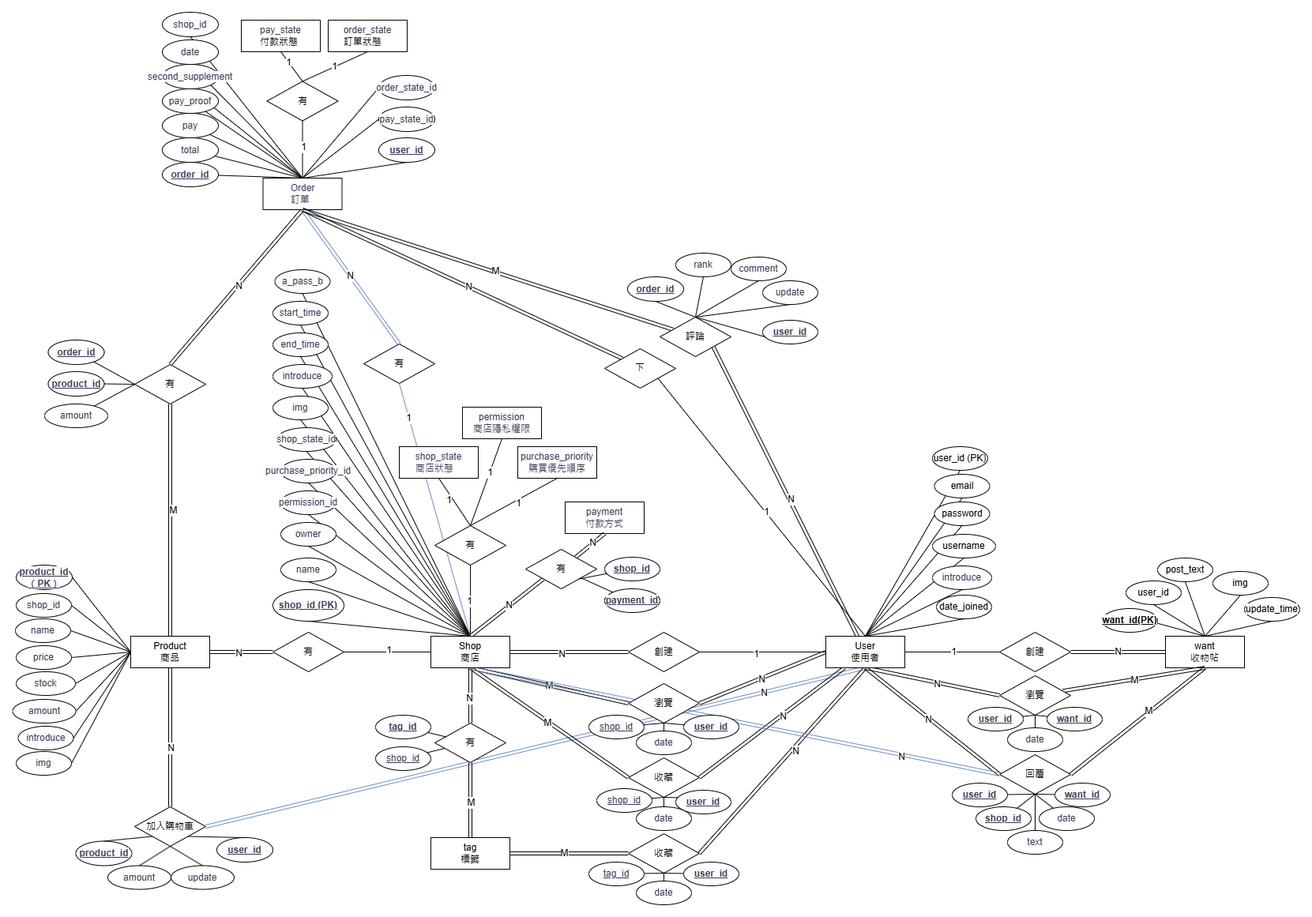
ntubimd-goodbye-114509/goodbye keeps this draw.io diagram as 文件/ERD.png. Above is the earlier version. Source tidied: cells renumbered, new cells last; positions are measured from the earlier drawing's top-left corner, leaving out a move shared by most shapes.
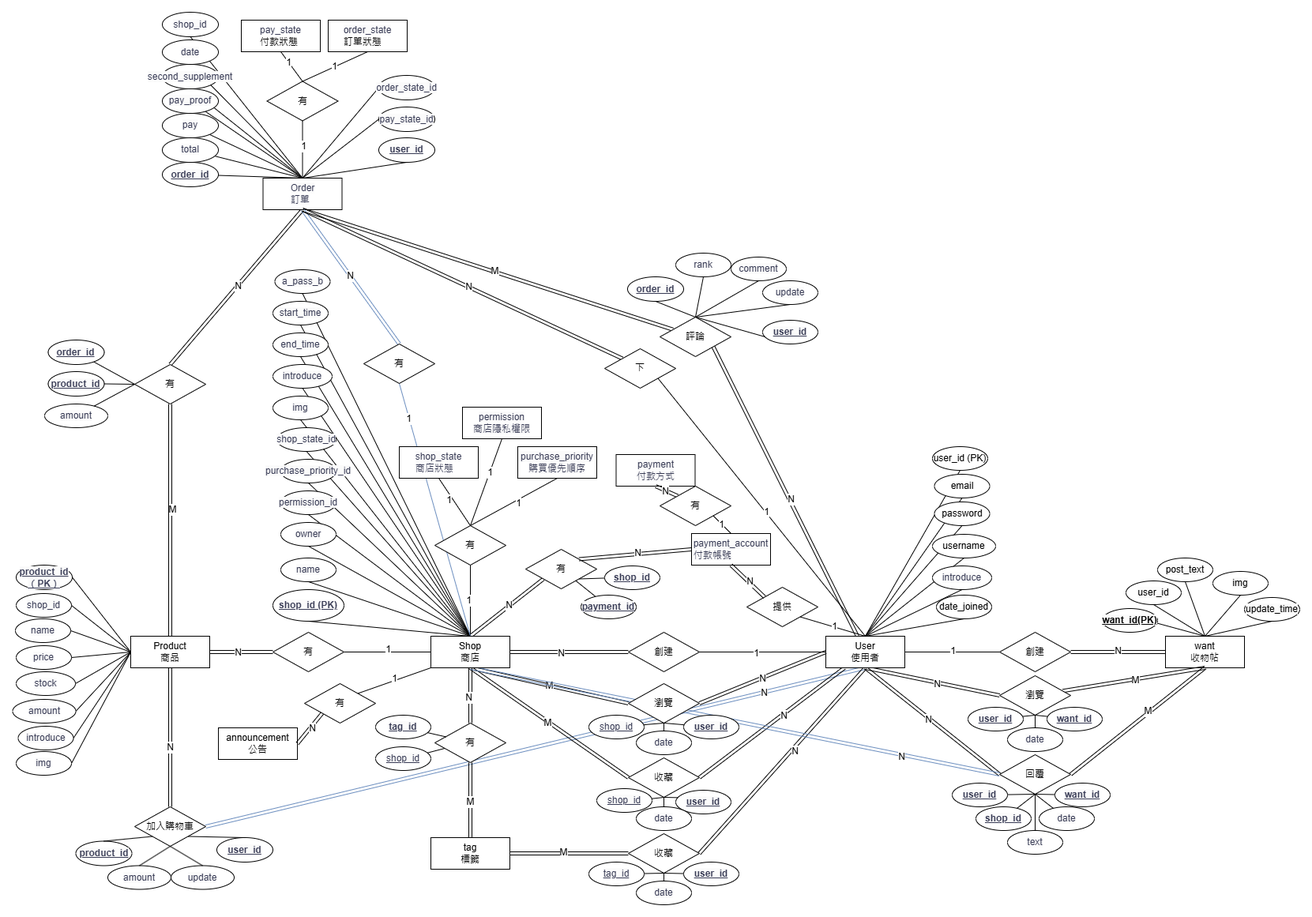
Above is the later version.

Commit message:
ERD 資料字典

Change to the diagram source:
```diff
@@ -288,12 +288,12 @@
       <mxGeometry x="150" y="790" width="100" height="40" as="geometry" />
     </mxCell>
     <mxCell id="93" value="&lt;span style=&quot;color: rgb(57, 60, 86); text-align: left; background-color: rgb(251, 251, 251);&quot;&gt;payment&lt;/span&gt;&lt;div style=&quot;text-align: left;&quot;&gt;&lt;font color=&quot;#393c56&quot;&gt;&lt;span style=&quot;background-color: rgb(251, 251, 251);&quot;&gt;付款方式&lt;/span&gt;&lt;/font&gt;&lt;/div&gt;" style="whiteSpace=wrap;html=1;align=center;rounded=0;" parent="1" vertex="1">
-      <mxGeometry x="700" y="620" width="100" height="40" as="geometry" />
+      <mxGeometry x="764.5" y="560" width="100" height="40" as="geometry" />
     </mxCell>
     <mxCell id="94" value="&lt;span style=&quot;color: rgb(57, 60, 86); text-align: left; background-color: rgb(251, 251, 251);&quot;&gt;purchase_priority_id&lt;/span&gt;" style="ellipse;whiteSpace=wrap;html=1;align=center;rounded=0;" parent="1" vertex="1">
       <mxGeometry x="340" y="566" width="70" height="30" as="geometry" />
     </mxCell>
-    <mxCell id="95" style="edgeStyle=none;curved=1;rounded=0;jettySize=auto;html=1;entryX=0.5;entryY=1;entryDx=0;entryDy=0;fontSize=12;shape=link;" parent="1" edge="1" source="97" target="93">
+    <mxCell id="95" style="edgeStyle=none;curved=1;rounded=0;jettySize=auto;html=1;entryX=0.5;entryY=1;entryDx=0;entryDy=0;fontSize=12;shape=link;exitX=0;exitY=0;exitDx=0;exitDy=0;" parent="1" edge="1" source="261" target="93">
       <mxGeometry relative="1" as="geometry" />
     </mxCell>
     <mxCell id="96" value="N" style="edgeLabel;html=1;align=center;verticalAlign=middle;fontSize=12;rounded=0;" parent="95" vertex="1">
@@ -334,7 +334,7 @@
       <mxGeometry relative="1" as="geometry" />
     </mxCell>
     <mxCell id="107" value="&lt;span style=&quot;color: rgb(57, 60, 86); font-family: Helvetica; font-size: 12px; font-style: normal; font-variant-ligatures: normal; font-variant-caps: normal; font-weight: 700; letter-spacing: normal; orphans: 2; text-align: left; text-indent: 0px; text-transform: none; widows: 2; word-spacing: 0px; -webkit-text-stroke-width: 0px; white-space: normal; background-color: rgb(251, 251, 251); text-decoration: underline; float: none; display: inline !important;&quot;&gt;shop_id&lt;/span&gt;" style="ellipse;whiteSpace=wrap;html=1;align=center;rounded=0;" parent="1" vertex="1">
-      <mxGeometry x="750" y="690" width="70" height="30" as="geometry" />
+      <mxGeometry x="750" y="701" width="70" height="30" as="geometry" />
     </mxCell>
     <mxCell id="108" style="edgeStyle=none;curved=1;rounded=0;orthogonalLoop=1;jettySize=auto;html=1;exitX=1;exitY=0;exitDx=0;exitDy=0;fontSize=12;startSize=8;endSize=8;" parent="1" edge="1" source="107" target="107">
       <mxGeometry relative="1" as="geometry" />
@@ -343,7 +343,7 @@
       <mxGeometry relative="1" as="geometry" />
     </mxCell>
     <mxCell id="110" value="&lt;span style=&quot;color: rgb(57, 60, 86); font-weight: 700; text-align: left; background-color: rgb(251, 251, 251); text-decoration-line: underline;&quot;&gt;payment_id&lt;/span&gt;" style="ellipse;whiteSpace=wrap;html=1;align=center;rounded=0;" parent="1" vertex="1">
-      <mxGeometry x="750" y="730" width="70" height="30" as="geometry" />
+      <mxGeometry x="720" y="738" width="70" height="30" as="geometry" />
     </mxCell>
     <mxCell id="111" style="edgeStyle=none;curved=1;rounded=0;orthogonalLoop=1;jettySize=auto;html=1;exitX=0.5;exitY=1;exitDx=0;exitDy=0;fontSize=12;startSize=8;endSize=8;" parent="1" edge="1" source="110" target="110">
       <mxGeometry relative="1" as="geometry" />
@@ -783,5 +783,60 @@
     <mxCell id="254" style="endArrow=none;html=1;rounded=0;entryX=0.5;entryY=0;entryDx=0;entryDy=0;exitX=0.5;exitY=1;exitDx=0;exitDy=0;" parent="1" edge="1" source="244" target="253">
       <mxGeometry relative="1" as="geometry" />
     </mxCell>
+    <mxCell id="255" value="提供" style="rhombus;whiteSpace=wrap;html=1;rounded=0;" parent="1" vertex="1">
+      <mxGeometry x="930" y="728" width="90" height="50" as="geometry" />
+    </mxCell>
+    <mxCell id="256" value="&lt;div style=&quot;text-align: left;&quot;&gt;&lt;font color=&quot;#393c56&quot;&gt;&lt;span style=&quot;background-color: rgb(251, 251, 251);&quot;&gt;payment_account&lt;/span&gt;&lt;/font&gt;&lt;/div&gt;&lt;div style=&quot;text-align: left;&quot;&gt;&lt;font color=&quot;#393c56&quot;&gt;&lt;span style=&quot;background-color: rgb(251, 251, 251);&quot;&gt;付款帳號&lt;/span&gt;&lt;/font&gt;&lt;/div&gt;" style="whiteSpace=wrap;html=1;align=center;rounded=0;" parent="1" vertex="1">
+      <mxGeometry x="860" y="660" width="100" height="40" as="geometry" />
+    </mxCell>
+    <mxCell id="257" style="edgeStyle=none;curved=1;rounded=0;jettySize=auto;html=1;entryX=0.5;entryY=1;entryDx=0;entryDy=0;fontSize=12;shape=link;exitX=0;exitY=0;exitDx=0;exitDy=0;" parent="1" edge="1" source="255" target="256">
+      <mxGeometry relative="1" as="geometry" />
+    </mxCell>
+    <mxCell id="258" value="N" style="edgeLabel;html=1;align=center;verticalAlign=middle;fontSize=12;" parent="257" vertex="1">
+      <mxGeometry x="-0.05" y="-2" relative="1" as="geometry">
+        <mxPoint y="1" as="offset" />
+      </mxGeometry>
+    </mxCell>
+    <mxCell id="259" style="edgeStyle=none;curved=1;rounded=0;jettySize=auto;html=1;entryX=1;entryY=1;entryDx=0;entryDy=0;fontSize=12;startSize=8;endSize=8;endArrow=none;startFill=0;exitX=0.5;exitY=0;exitDx=0;exitDy=0;" parent="1" edge="1" source="23" target="255">
+      <mxGeometry relative="1" as="geometry" />
+    </mxCell>
+    <mxCell id="260" value="1" style="edgeLabel;html=1;align=center;verticalAlign=middle;fontSize=12;" parent="259" vertex="1">
+      <mxGeometry x="-0.04" y="-1" relative="1" as="geometry" />
+    </mxCell>
+    <mxCell id="261" value="有" style="rhombus;whiteSpace=wrap;html=1;rounded=0;" parent="1" vertex="1">
+      <mxGeometry x="820" y="600" width="90" height="50" as="geometry" />
+    </mxCell>
+    <mxCell id="262" style="edgeStyle=none;curved=1;rounded=0;jettySize=auto;html=1;entryX=0.5;entryY=0;entryDx=0;entryDy=0;fontSize=12;startSize=8;endSize=8;endArrow=none;startFill=0;exitX=1;exitY=1;exitDx=0;exitDy=0;" parent="1" edge="1" source="261" target="256">
+      <mxGeometry relative="1" as="geometry" />
+    </mxCell>
+    <mxCell id="263" value="1" style="edgeLabel;html=1;align=center;verticalAlign=middle;fontSize=12;" parent="262" vertex="1">
+      <mxGeometry x="-0.04" y="-1" relative="1" as="geometry" />
+    </mxCell>
+    <mxCell id="264" style="edgeStyle=none;curved=1;rounded=0;jettySize=auto;html=1;entryX=1;entryY=0;entryDx=0;entryDy=0;fontSize=12;shape=link;exitX=0;exitY=0.5;exitDx=0;exitDy=0;" parent="1" edge="1" source="256" target="97">
+      <mxGeometry relative="1" as="geometry" />
+    </mxCell>
+    <mxCell id="265" value="N" style="edgeLabel;html=1;align=center;verticalAlign=middle;fontSize=12;" parent="264" vertex="1">
+      <mxGeometry x="-0.05" y="-2" relative="1" as="geometry">
+        <mxPoint y="1" as="offset" />
+      </mxGeometry>
+    </mxCell>
+    <mxCell id="266" value="有" style="rhombus;whiteSpace=wrap;html=1;rounded=0;" parent="1" vertex="1">
+      <mxGeometry x="370" y="850" width="90" height="50" as="geometry" />
+    </mxCell>
+    <mxCell id="267" value="announcement&lt;div&gt;公告&lt;/div&gt;" style="whiteSpace=wrap;html=1;align=center;rounded=0;" parent="1" vertex="1">
+      <mxGeometry x="261" y="906" width="100" height="40" as="geometry" />
+    </mxCell>
+    <mxCell id="268" style="edgeStyle=none;curved=1;rounded=0;jettySize=auto;html=1;entryX=0;entryY=1;entryDx=0;entryDy=0;fontSize=12;shape=link;exitX=1;exitY=0.5;exitDx=0;exitDy=0;" parent="1" edge="1" source="267" target="266">
+      <mxGeometry relative="1" as="geometry" />
+    </mxCell>
+    <mxCell id="269" value="N" style="edgeLabel;html=1;align=center;verticalAlign=middle;fontSize=12;rounded=0;" parent="268" vertex="1">
+      <mxGeometry x="0.07" y="-2" relative="1" as="geometry" />
+    </mxCell>
+    <mxCell id="270" style="edgeStyle=none;curved=1;rounded=0;jettySize=auto;html=1;entryX=0;entryY=1;entryDx=0;entryDy=0;fontSize=12;startSize=8;endSize=8;endArrow=none;startFill=0;exitX=1;exitY=0;exitDx=0;exitDy=0;" parent="1" edge="1" source="266" target="55">
+      <mxGeometry relative="1" as="geometry" />
+    </mxCell>
+    <mxCell id="271" value="1" style="edgeLabel;html=1;align=center;verticalAlign=middle;fontSize=12;rounded=0;" parent="270" vertex="1">
+      <mxGeometry x="0.02" y="3" relative="1" as="geometry" />
+    </mxCell>
   </root>
 </mxGraphModel>
```
